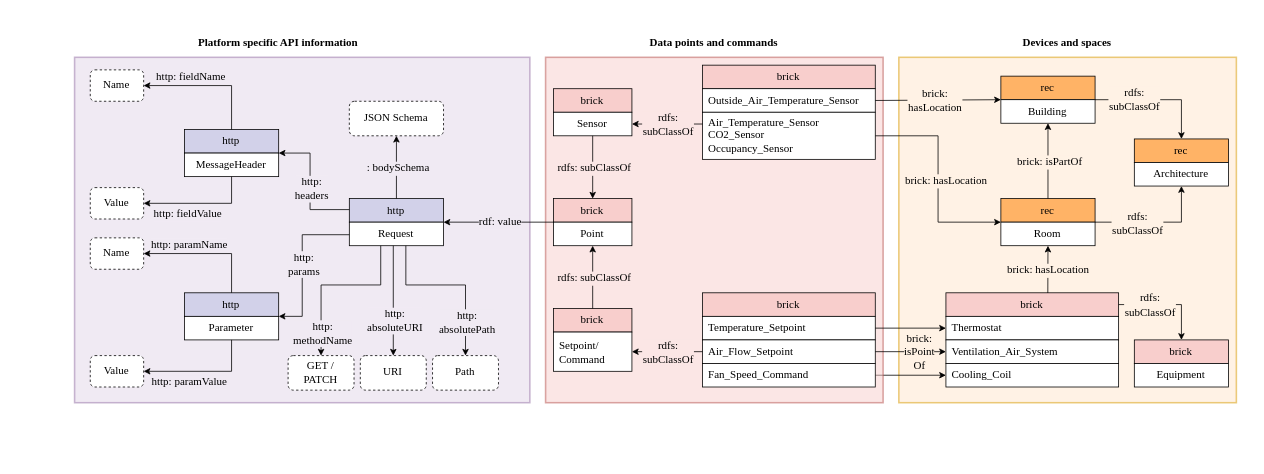
djs0109/paper_graphrag_ba keeps this draw.io diagram as paper/img/method/T-box-building-http.drawio. Above is the earlier version. Source tidied: cells renumbered, new cells numbered last; positions are measured from the earlier drawing's top-left corner, leaving out a move shared by most shapes. Both pictures are drawn from the tidied source at 157%, with x=0, y=0 at pixel (27, 27).
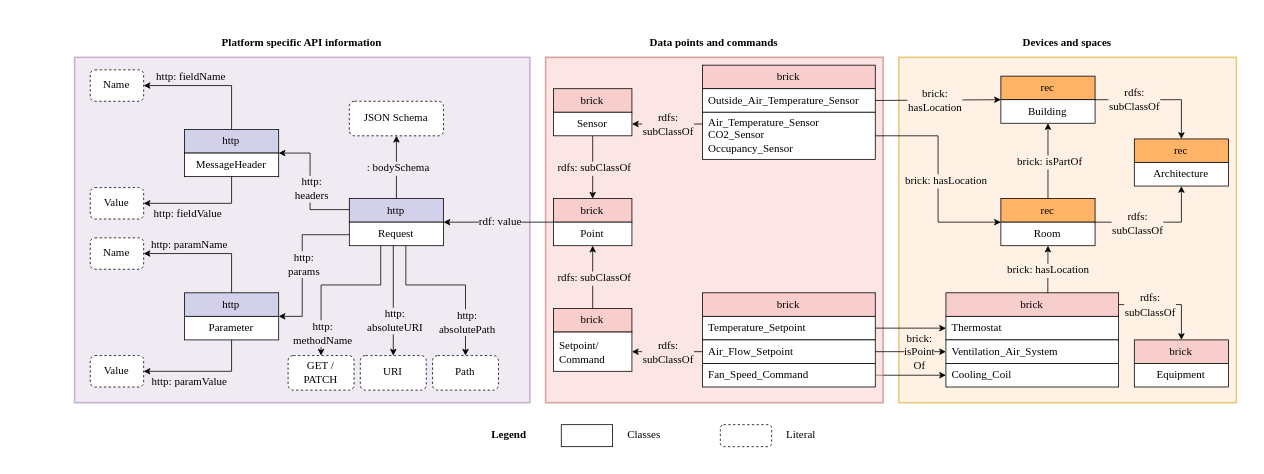
The same page after the edit.

Change to the diagram source:
```diff
@@
     <mxCell id="6" value="Platform specific API information" style="text;html=1;align=center;verticalAlign=middle;whiteSpace=wrap;rounded=0;fontFamily=Times New Roman;fontSize=7;fontStyle=1;labelBackgroundColor=none;" parent="1" vertex="1">
-      <mxGeometry width="320" height="19" as="geometry" />
+      <mxGeometry x="30" width="290" height="19" as="geometry" />
     </mxCell>
@@
+    <mxCell id="111" style="group;" parent="1" vertex="1">
+      <mxGeometry x="292" y="253" width="216" height="14" as="geometry" />
+    </mxCell>
+    <mxCell id="112" style="rounded=1;whiteSpace=wrap;html=1;dashed=1;fontFamily=Times New Roman;fontSize=7;strokeWidth=0.5;labelBackgroundColor=none;" parent="111" vertex="1">
+      <mxGeometry x="149.3" width="32.7" height="14" as="geometry" />
+    </mxCell>
+    <mxCell id="113" style="rounded=1;whiteSpace=wrap;html=1;fontFamily=Times New Roman;fontSize=7;strokeWidth=0.5;labelBackgroundColor=none;arcSize=0;" parent="111" vertex="1">
+      <mxGeometry x="48" width="32.7" height="14" as="geometry" />
+    </mxCell>
+    <mxCell id="114" value="Classes" style="text;html=1;align=center;verticalAlign=middle;whiteSpace=wrap;rounded=0;fontFamily=Times New Roman;fontSize=7;" parent="111" vertex="1">
+      <mxGeometry x="86" width="30" height="14" as="geometry" />
+    </mxCell>
+    <mxCell id="115" value="Legend" style="text;html=1;align=center;verticalAlign=middle;whiteSpace=wrap;rounded=0;fontFamily=Times New Roman;fontSize=7;fontStyle=1;" parent="111" vertex="1">
+      <mxGeometry width="30" height="14" as="geometry" />
+    </mxCell>
+    <mxCell id="116" value="Literal" style="text;html=1;align=center;verticalAlign=middle;whiteSpace=wrap;rounded=0;fontFamily=Times New Roman;fontSize=7;" parent="111" vertex="1">
+      <mxGeometry x="186" width="30" height="14" as="geometry" />
+    </mxCell>
```
